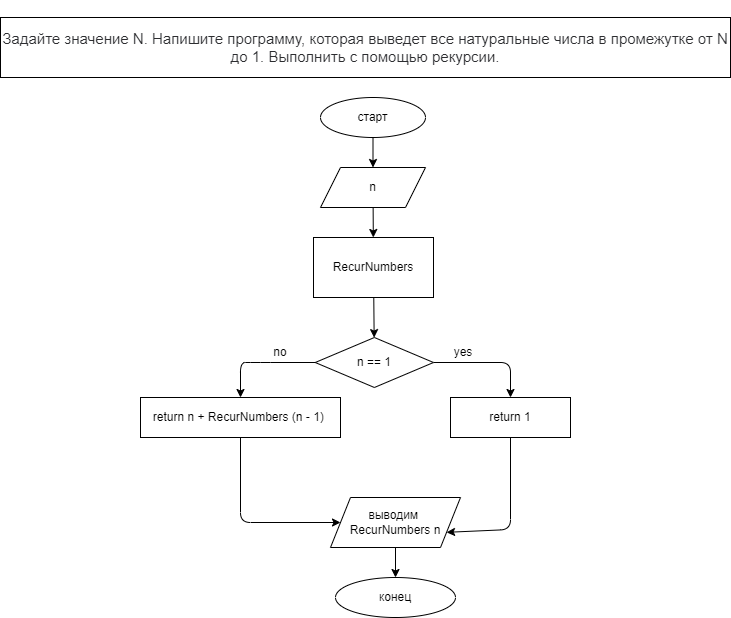
ElenaFomenkova/DZ keeps this draw.io diagram as DZ9/zadacha64/diagram.drawio.png. Above is the earlier version. Source tidied: cells renumbered, new cells last; positions are measured from the earlier drawing's top-left corner, leaving out a move shared by most shapes.
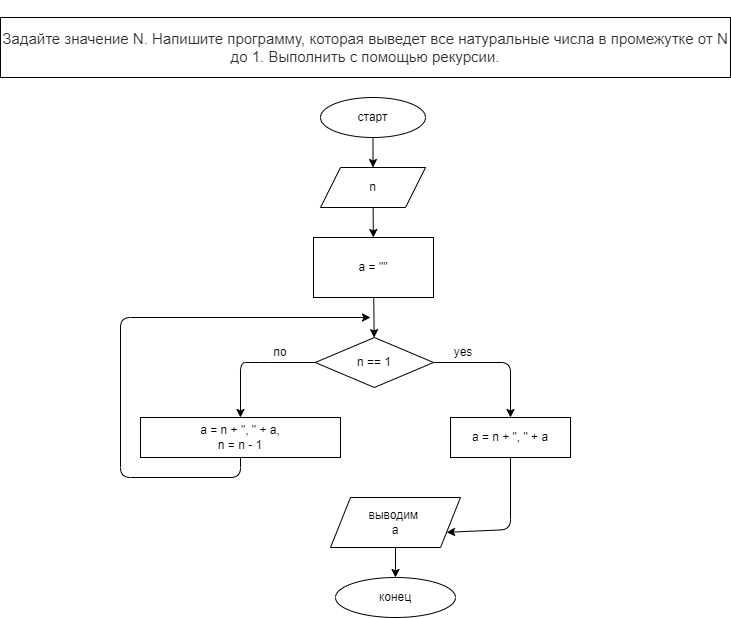
Later version of the same file.

Change to the diagram source:
```diff
@@ -38,21 +38,24 @@
     <mxCell id="10" style="edgeStyle=none;html=1;" parent="1" edge="1" source="11" target="9">
       <mxGeometry relative="1" as="geometry" />
     </mxCell>
-    <mxCell id="11" value="RecurNumbers" style="rounded=0;whiteSpace=wrap;html=1;" parent="1" vertex="1">
+    <mxCell id="11" value="a = &quot;&quot;" style="rounded=0;whiteSpace=wrap;html=1;" parent="1" vertex="1">
       <mxGeometry x="313" y="220" width="120" height="60" as="geometry" />
     </mxCell>
     <mxCell id="12" value="yes" style="text;html=1;strokeColor=none;fillColor=none;align=center;verticalAlign=middle;whiteSpace=wrap;rounded=0;" parent="1" vertex="1">
       <mxGeometry x="433" y="320" width="60" height="30" as="geometry" />
     </mxCell>
-    <mxCell id="13" style="edgeStyle=none;html=1;entryX=0;entryY=0.5;entryDx=0;entryDy=0;" parent="1" edge="1" source="14" target="19">
-      <mxGeometry relative="1" as="geometry">
-        <Array as="points">
-          <mxPoint x="240" y="505" />
-        </Array>
-      </mxGeometry>
-    </mxCell>
+    <mxCell id="21" style="edgeStyle=none;html=1;" parent="1" edge="1" source="14">
+      <mxGeometry relative="1" as="geometry">
+        <mxPoint x="370" y="300" as="targetPoint" />
+        <Array as="points">
+          <mxPoint x="240" y="460" />
+          <mxPoint x="120" y="460" />
+          <mxPoint x="120" y="300" />
+        </Array>
+      </mxGeometry>
+    </mxCell>
-    <mxCell id="14" value="return n + RecurNumbers (n - 1)&amp;nbsp;&lt;br&gt;" style="rounded=0;whiteSpace=wrap;html=1;" parent="1" vertex="1">
-      <mxGeometry x="140" y="380" width="200" height="40" as="geometry" />
+    <mxCell id="14" value="a = n + &quot;, &quot; +&amp;nbsp;a,&lt;br&gt;n = n - 1" style="rounded=0;whiteSpace=wrap;html=1;" parent="1" vertex="1">
+      <mxGeometry x="140" y="400" width="200" height="40" as="geometry" />
     </mxCell>
     <mxCell id="15" style="edgeStyle=none;html=1;entryX=1;entryY=0.75;entryDx=0;entryDy=0;" parent="1" edge="1" source="16" target="19">
       <mxGeometry relative="1" as="geometry">
@@ -61,8 +64,8 @@
         </Array>
       </mxGeometry>
     </mxCell>
-    <mxCell id="16" value="return 1" style="rounded=0;whiteSpace=wrap;html=1;" parent="1" vertex="1">
-      <mxGeometry x="450" y="380" width="120" height="40" as="geometry" />
+    <mxCell id="16" value="a = n + &quot;, &quot; +&amp;nbsp;a" style="rounded=0;whiteSpace=wrap;html=1;" parent="1" vertex="1">
+      <mxGeometry x="450" y="400" width="120" height="40" as="geometry" />
     </mxCell>
     <mxCell id="17" value="no" style="text;html=1;strokeColor=none;fillColor=none;align=center;verticalAlign=middle;whiteSpace=wrap;rounded=0;" parent="1" vertex="1">
       <mxGeometry x="250" y="320" width="60" height="30" as="geometry" />
@@ -70,7 +73,7 @@
     <mxCell id="18" style="edgeStyle=none;html=1;" parent="1" edge="1" source="19" target="20">
       <mxGeometry relative="1" as="geometry" />
     </mxCell>
-    <mxCell id="19" value="выводим&amp;nbsp;&lt;br&gt;RecurNumbers n" style="shape=parallelogram;perimeter=parallelogramPerimeter;whiteSpace=wrap;html=1;fixedSize=1;" parent="1" vertex="1">
+    <mxCell id="19" value="выводим&amp;nbsp;&lt;br&gt;a" style="shape=parallelogram;perimeter=parallelogramPerimeter;whiteSpace=wrap;html=1;fixedSize=1;" parent="1" vertex="1">
       <mxGeometry x="330" y="480" width="130" height="50" as="geometry" />
     </mxCell>
     <mxCell id="20" value="конец" style="ellipse;whiteSpace=wrap;html=1;" parent="1" vertex="1">
```
